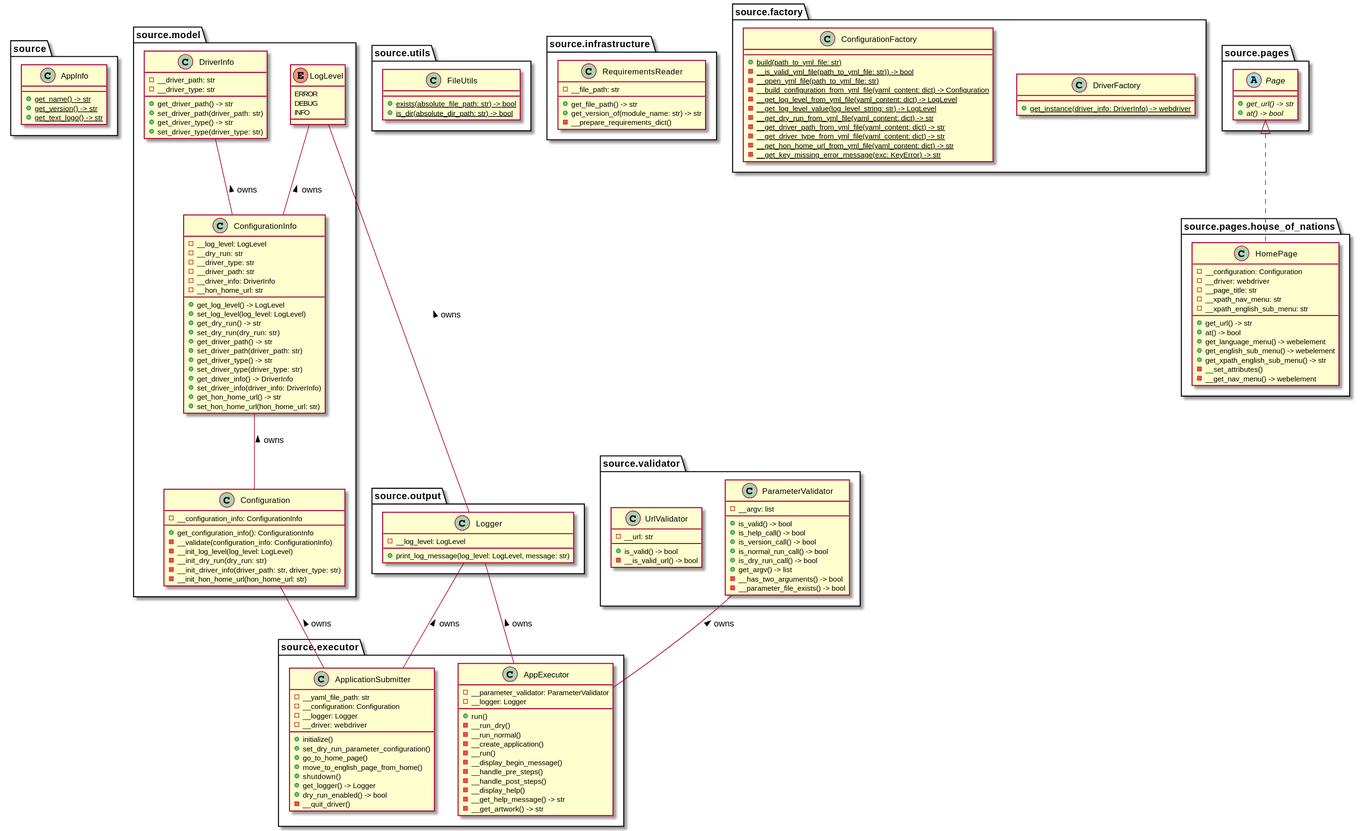
The PlantUML diagram images/class_diagram.svg in sksdotsauravs-beuth/application-automizer, before a commit.
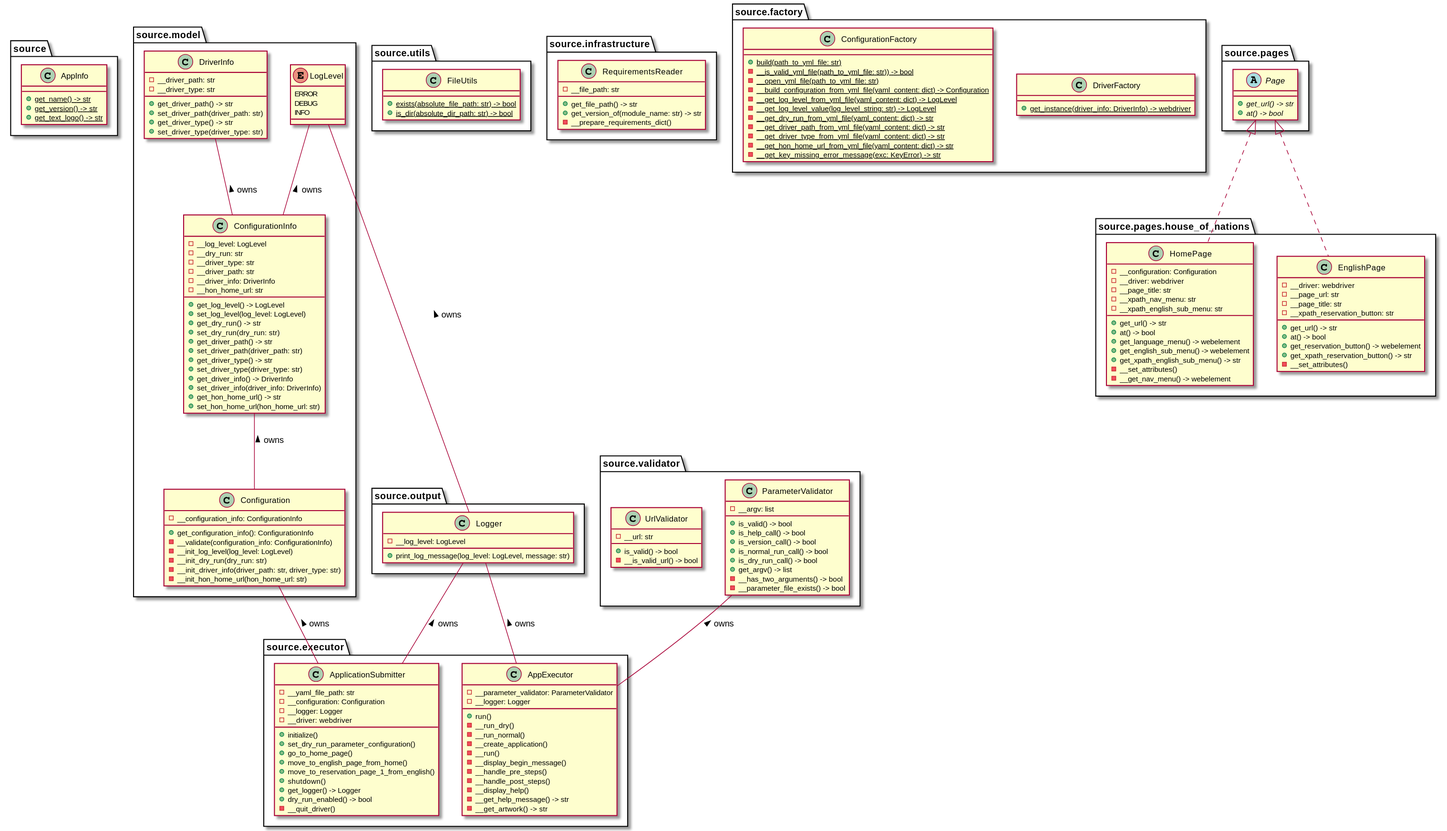
Above is the later version.

Commit message:
- added new page - english_page.py and support to move to reservation start page | updated plant-uml

What changed in the source:
```diff
@@ -135,6 +135,18 @@
     -__get_nav_menu() -> webelement
 }
 
+class source.pages.house_of_nations.EnglishPage implements source.pages.Page {
+    -__driver: webdriver
+    -__page_url: str
+    -__page_title: str
+    -__xpath_reservation_button: str
+    +get_url() -> str
+    +at() -> bool
+    +get_reservation_button() -> webelement
+    +get_xpath_reservation_button() -> str
+    -__set_attributes()
+}
+
 class source.executor.ApplicationSubmitter {
     -__yaml_file_path: str
     -__configuration: Configuration
@@ -144,6 +156,7 @@
     +set_dry_run_parameter_configuration()
     +go_to_home_page()
     +move_to_english_page_from_home()
+    +move_to_reservation_page_1_from_english()
     +shutdown()
     +get_logger() -> Logger
     +dry_run_enabled() -> bool
```
